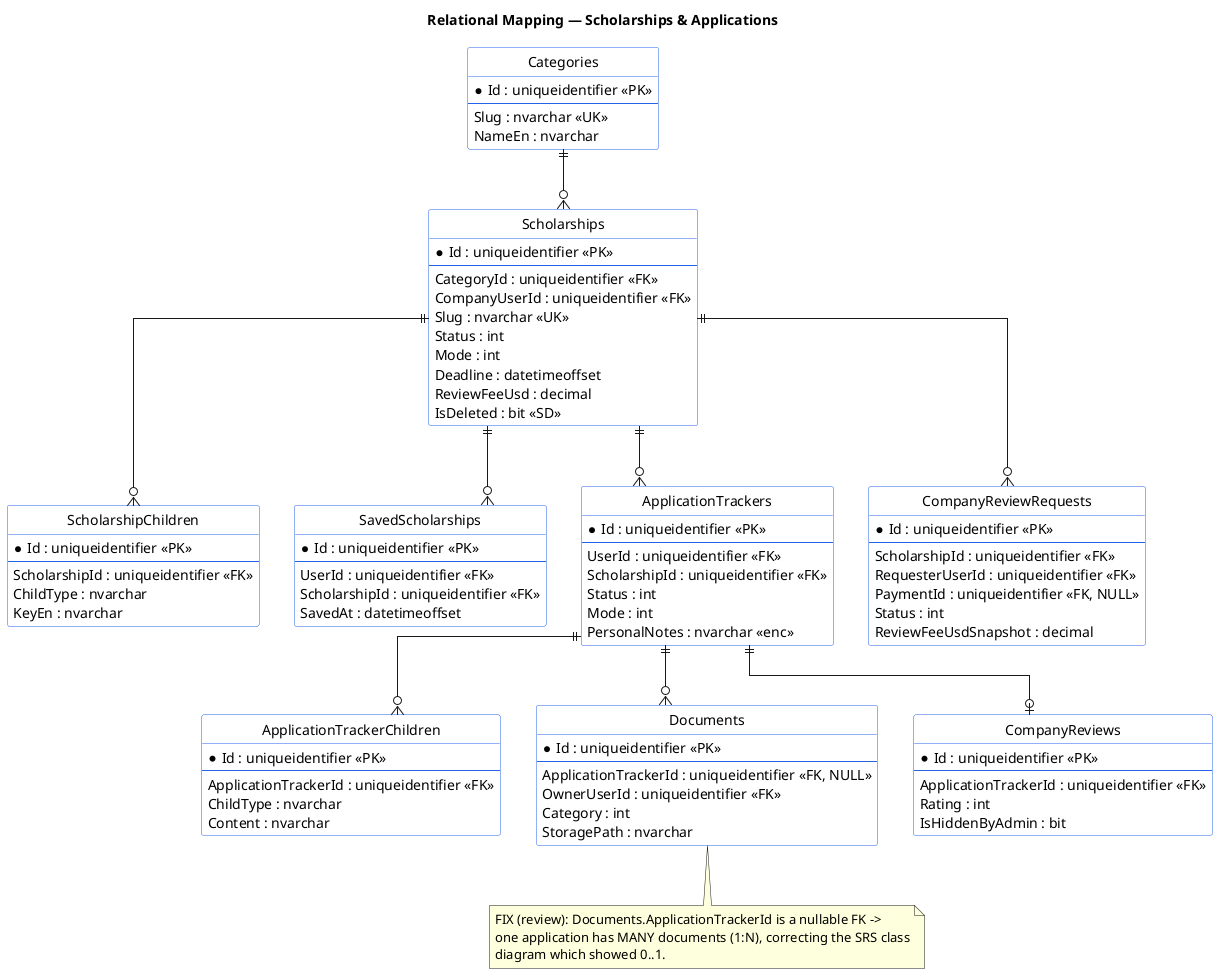
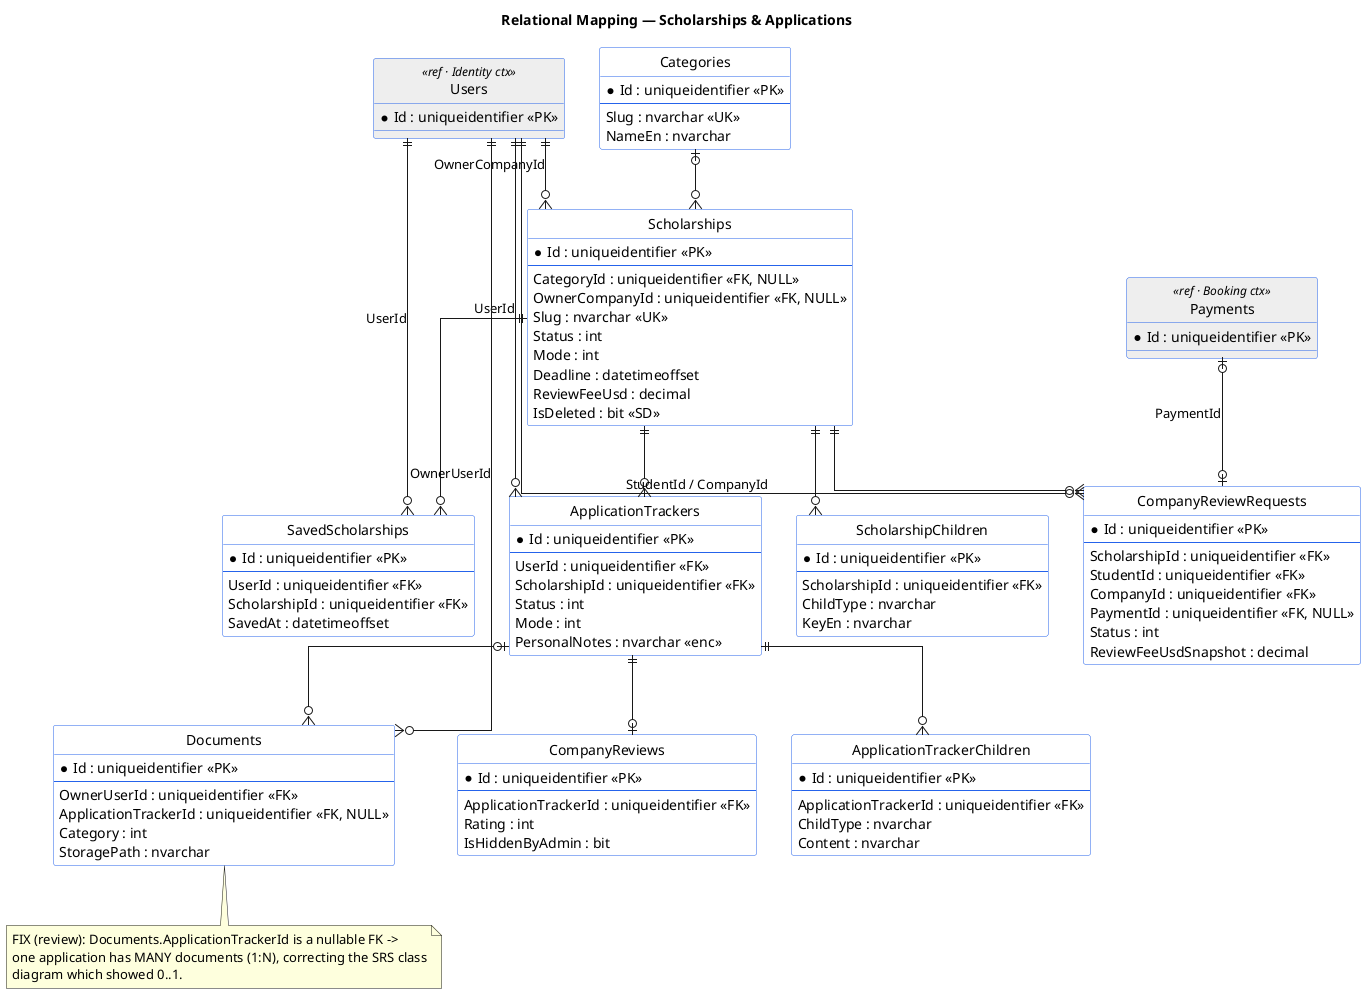
@startuml mapping-02-scholarships-applications
title Relational Mapping — Scholarships & Applications

skinparam linetype ortho
hide circle
skinparam class {
  BackgroundColor White
  BorderColor #2563eb
+ }
+ 
+ ' ----- reference tables owned by other contexts (shown so FKs have a target) -----
+ entity "Users" as users <<ref · Identity ctx>> #EEEEEE {
+   *Id : uniqueidentifier <<PK>>
+ }
+ entity "Payments" as pay <<ref · Booking ctx>> #EEEEEE {
+   *Id : uniqueidentifier <<PK>>
}

entity "Categories" as cat {
  *Id : uniqueidentifier <<PK>>
  --
  Slug : nvarchar <<UK>>
  NameEn : nvarchar
}

entity "Scholarships" as sch {
  *Id : uniqueidentifier <<PK>>
  --
-   CategoryId : uniqueidentifier <<FK>>
-   CompanyUserId : uniqueidentifier <<FK>>
+   CategoryId : uniqueidentifier <<FK, NULL>>
+   OwnerCompanyId : uniqueidentifier <<FK, NULL>>
  Slug : nvarchar <<UK>>
  Status : int
  Mode : int
  Deadline : datetimeoffset
  ReviewFeeUsd : decimal
  IsDeleted : bit <<SD>>
}

entity "ScholarshipChildren" as schc {
  *Id : uniqueidentifier <<PK>>
  --
  ScholarshipId : uniqueidentifier <<FK>>
  ChildType : nvarchar
  KeyEn : nvarchar
}

entity "SavedScholarships" as saved {
  *Id : uniqueidentifier <<PK>>
  --
  UserId : uniqueidentifier <<FK>>
  ScholarshipId : uniqueidentifier <<FK>>
  SavedAt : datetimeoffset
}

entity "ApplicationTrackers" as app {
  *Id : uniqueidentifier <<PK>>
  --
  UserId : uniqueidentifier <<FK>>
  ScholarshipId : uniqueidentifier <<FK>>
  Status : int
  Mode : int
  PersonalNotes : nvarchar <<enc>>
}

entity "ApplicationTrackerChildren" as appc {
  *Id : uniqueidentifier <<PK>>
  --
  ApplicationTrackerId : uniqueidentifier <<FK>>
  ChildType : nvarchar
  Content : nvarchar
}

entity "Documents" as doc {
  *Id : uniqueidentifier <<PK>>
  --
+   OwnerUserId : uniqueidentifier <<FK>>
  ApplicationTrackerId : uniqueidentifier <<FK, NULL>>
-   OwnerUserId : uniqueidentifier <<FK>>
  Category : int
  StoragePath : nvarchar
}

entity "CompanyReviewRequests" as crr {
  *Id : uniqueidentifier <<PK>>
  --
  ScholarshipId : uniqueidentifier <<FK>>
-   RequesterUserId : uniqueidentifier <<FK>>
+   StudentId : uniqueidentifier <<FK>>
+   CompanyId : uniqueidentifier <<FK>>
  PaymentId : uniqueidentifier <<FK, NULL>>
  Status : int
  ReviewFeeUsdSnapshot : decimal
}

entity "CompanyReviews" as cr {
  *Id : uniqueidentifier <<PK>>
  --
  ApplicationTrackerId : uniqueidentifier <<FK>>
  Rating : int
  IsHiddenByAdmin : bit
}

- cat ||--o{ sch
- sch ||--o{ schc
- sch ||--o{ saved
- sch ||--o{ app
- app ||--o{ appc
- app ||--o{ doc
- app ||--o| cr
- sch ||--o{ crr
+ ' ----- intra-context FKs -----
+ cat   |o--o{ sch
+ sch   ||--o{ schc
+ sch   ||--o{ saved
+ sch   ||--o{ app
+ app   ||--o{ appc
+ app   |o--o{ doc
+ app   ||--o| cr
+ sch   ||--o{ crr
+ 
+ ' ----- cross-context FKs (to reference tables) -----
+ users ||--o{ sch   : OwnerCompanyId
+ users ||--o{ saved : UserId
+ users ||--o{ app   : UserId
+ users ||--o{ doc   : OwnerUserId
+ users ||--o{ crr   : StudentId / CompanyId
+ pay   |o--o| crr   : PaymentId

note bottom of doc
  FIX (review): Documents.ApplicationTrackerId is a nullable FK ->
  one application has MANY documents (1:N), correcting the SRS class
  diagram which showed 0..1.
end note
@enduml
